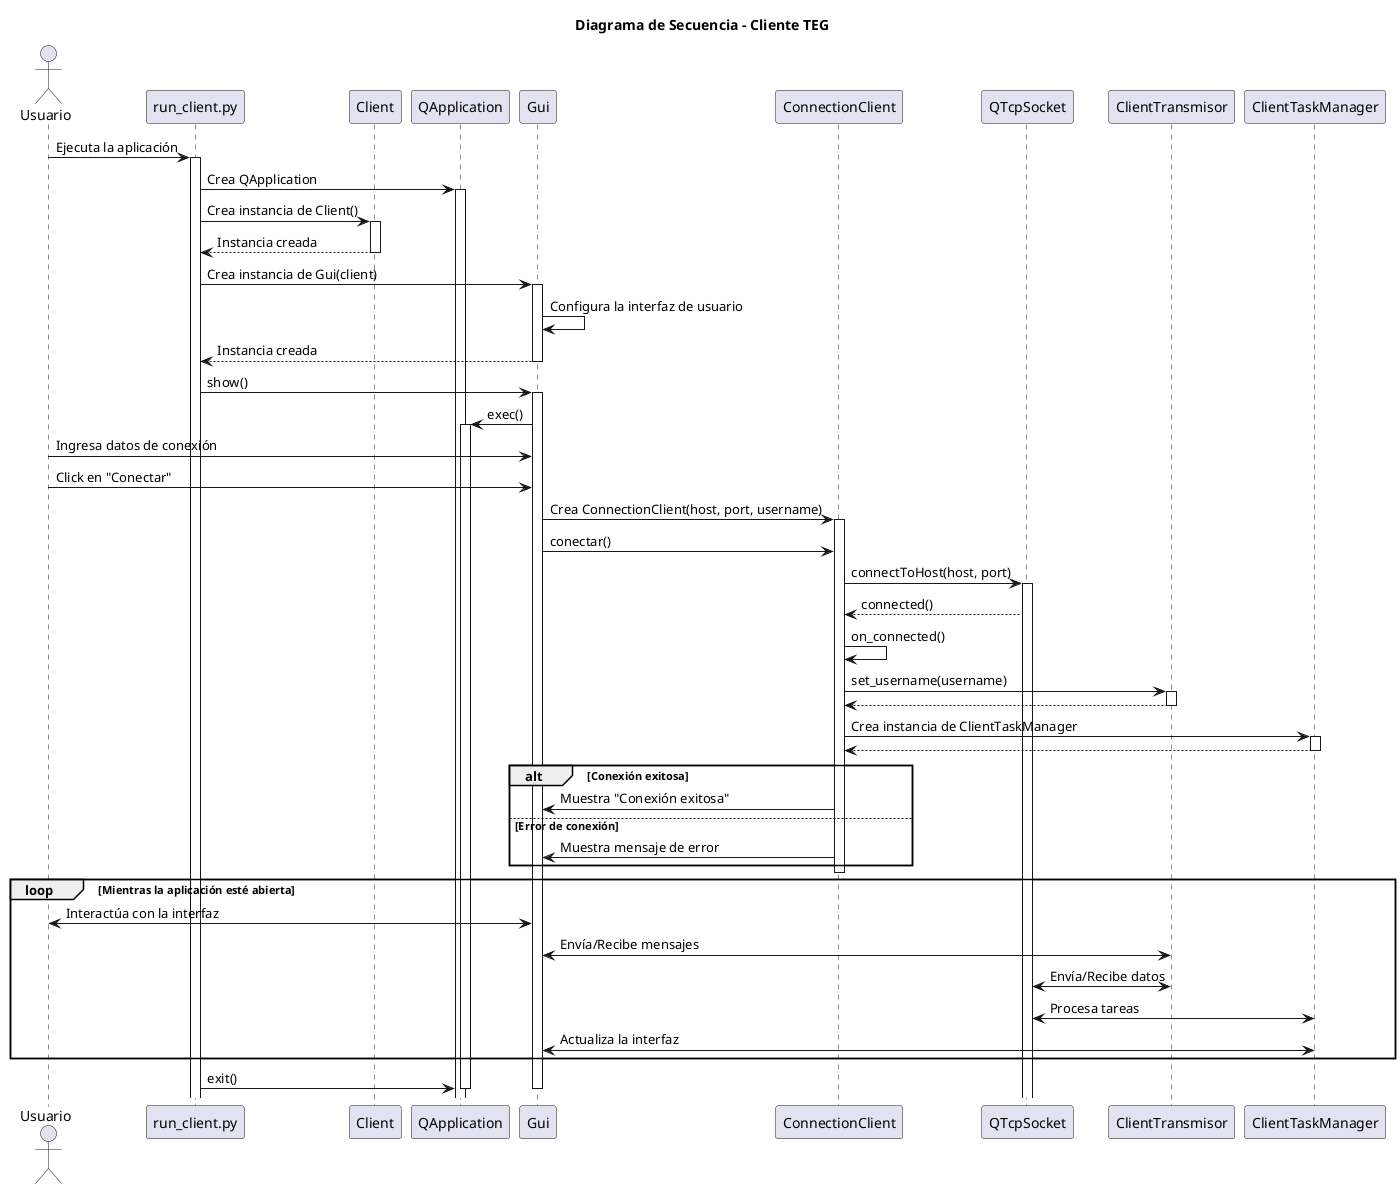
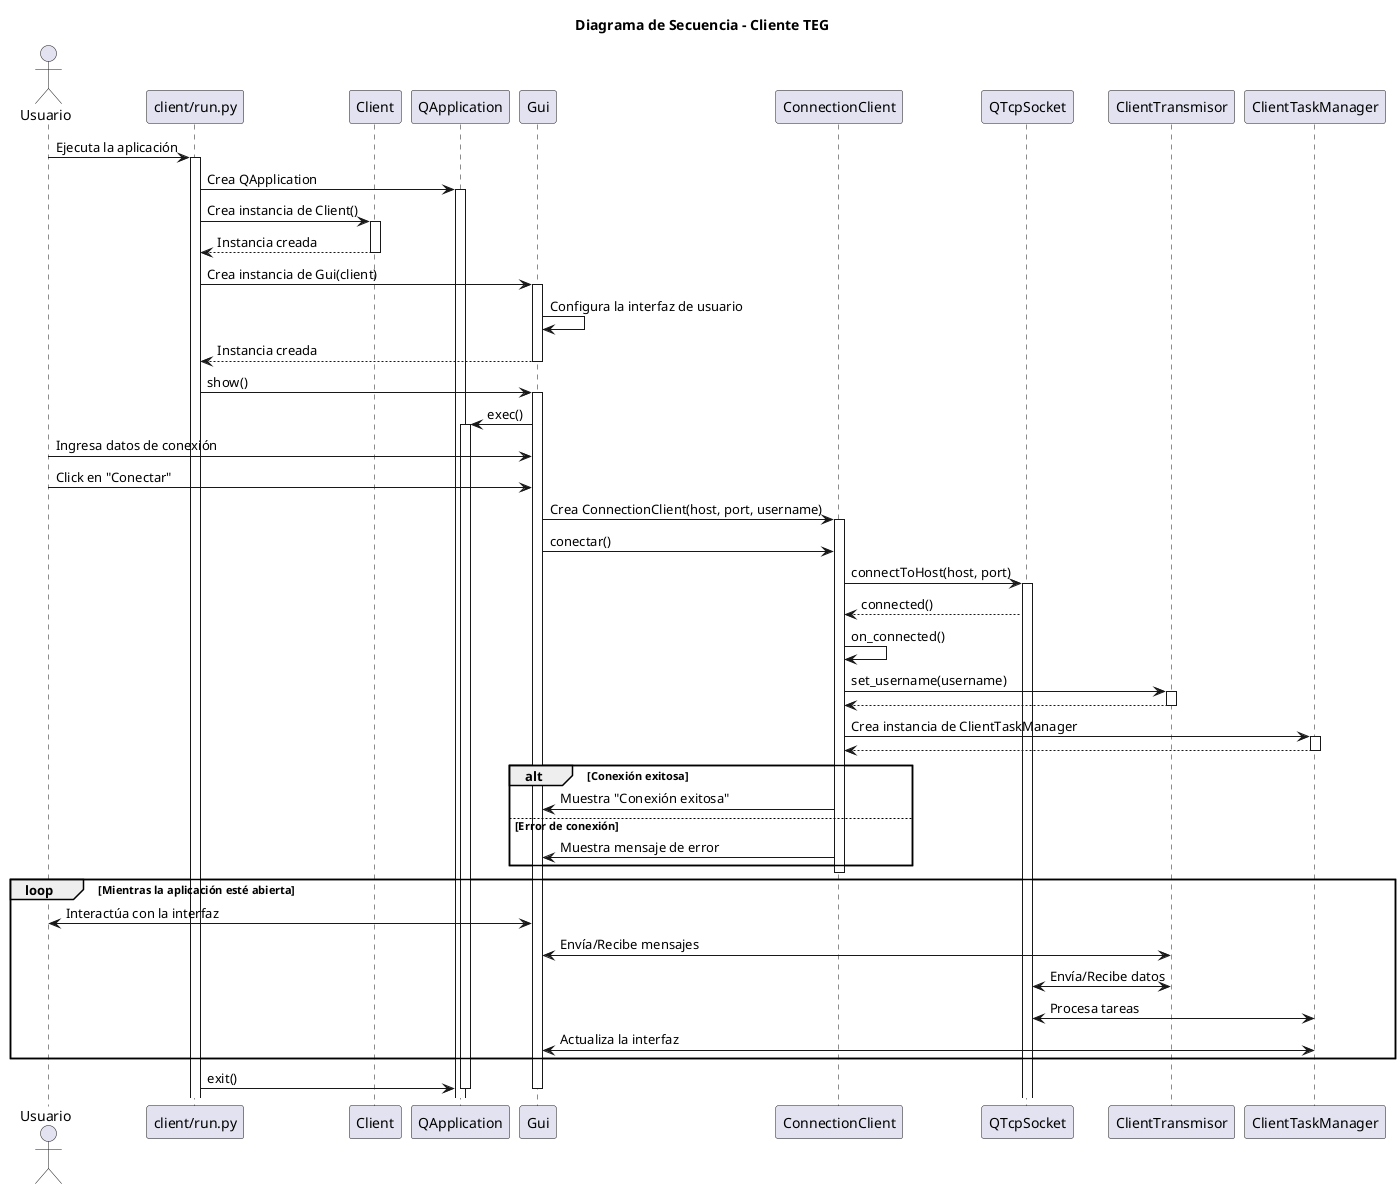
@startuml

title Diagrama de Secuencia - Cliente TEG

actor Usuario
- participant "run_client.py" as main
+ participant "client/run.py" as main
participant "Client" as client
participant "QApplication" as qt_app
participant "Gui" as gui
participant "ConnectionClient" as connection
participant "QTcpSocket" as socket
participant "ClientTransmisor" as transmisor
participant "ClientTaskManager" as task_manager

Usuario -> main: Ejecuta la aplicación
activate main

main -> qt_app: Crea QApplication
activate qt_app

main -> client: Crea instancia de Client()
activate client
client --> main: Instancia creada
deactivate client

main -> gui: Crea instancia de Gui(client)
activate gui
gui -> gui: Configura la interfaz de usuario
gui --> main: Instancia creada
deactivate gui

main -> gui: show()
activate gui
gui -> qt_app: exec()
activate qt_app

' Conexión al servidor
Usuario -> gui: Ingresa datos de conexión
Usuario -> gui: Click en "Conectar"
gui -> connection: Crea ConnectionClient(host, port, username)
activate connection

gui -> connection: conectar()
connection -> socket: connectToHost(host, port)
activate socket

socket --> connection: connected()
connection -> connection: on_connected()
connection -> transmisor: set_username(username)
activate transmisor
transmisor --> connection
deactivate transmisor

connection -> task_manager: Crea instancia de ClientTaskManager
activate task_manager
task_manager --> connection
deactivate task_manager

alt Conexión exitosa
    connection -> gui: Muestra "Conexión exitosa"
else Error de conexión
    connection -> gui: Muestra mensaje de error
end

deactivate connection

' Flujo principal de la aplicación
loop Mientras la aplicación esté abierta
    Usuario <-> gui: Interactúa con la interfaz
    gui <-> transmisor: Envía/Recibe mensajes
    transmisor <-> socket: Envía/Recibe datos
    socket <-> task_manager: Procesa tareas
    task_manager <-> gui: Actualiza la interfaz
end

main -> qt_app: exit()
deactivate qt_app
deactivate gui

@enduml
